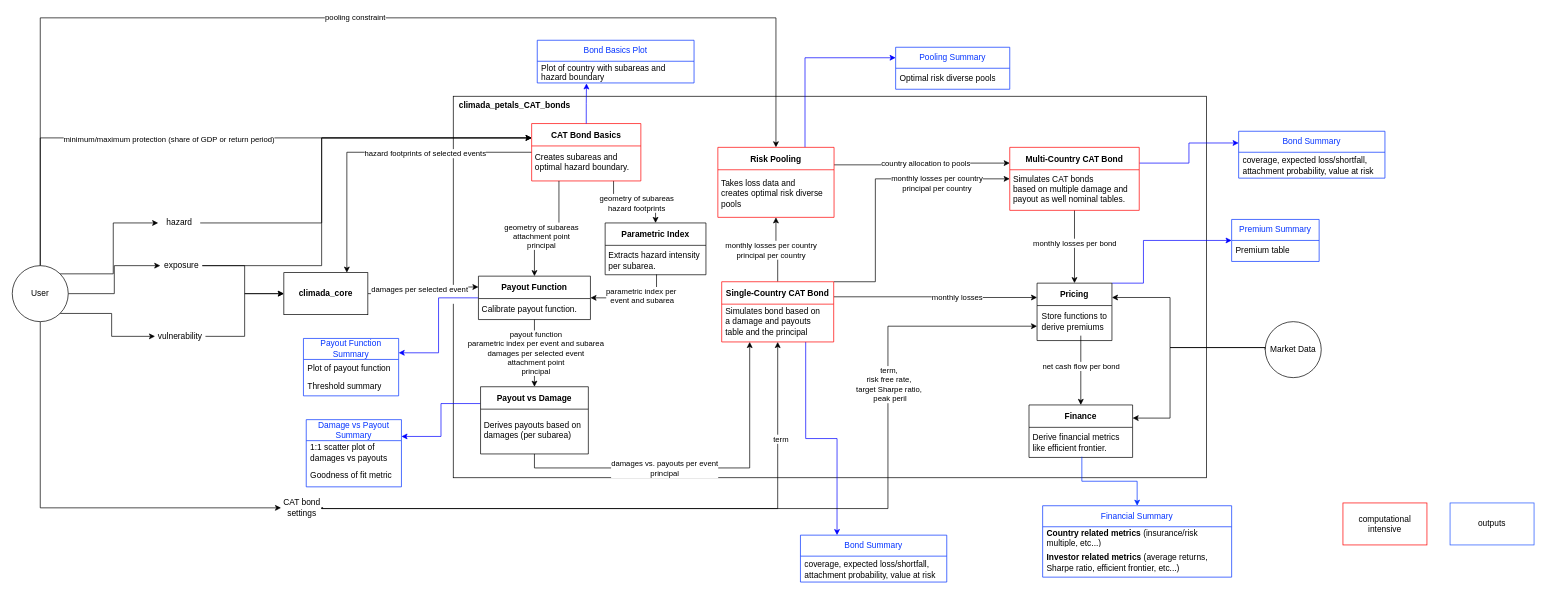
KaiOBerg/master_thesis_cat_bonds keeps this draw.io diagram as data_flow_climada_petals.drawio. Above is the earlier version. Source tidied: cells renumbered, new cells numbered last; positions are measured from the earlier drawing's top-left corner, leaving out a move shared by most shapes. Both pictures are drawn from the tidied source at 70%, with x=0, y=0 at pixel (12, 18).
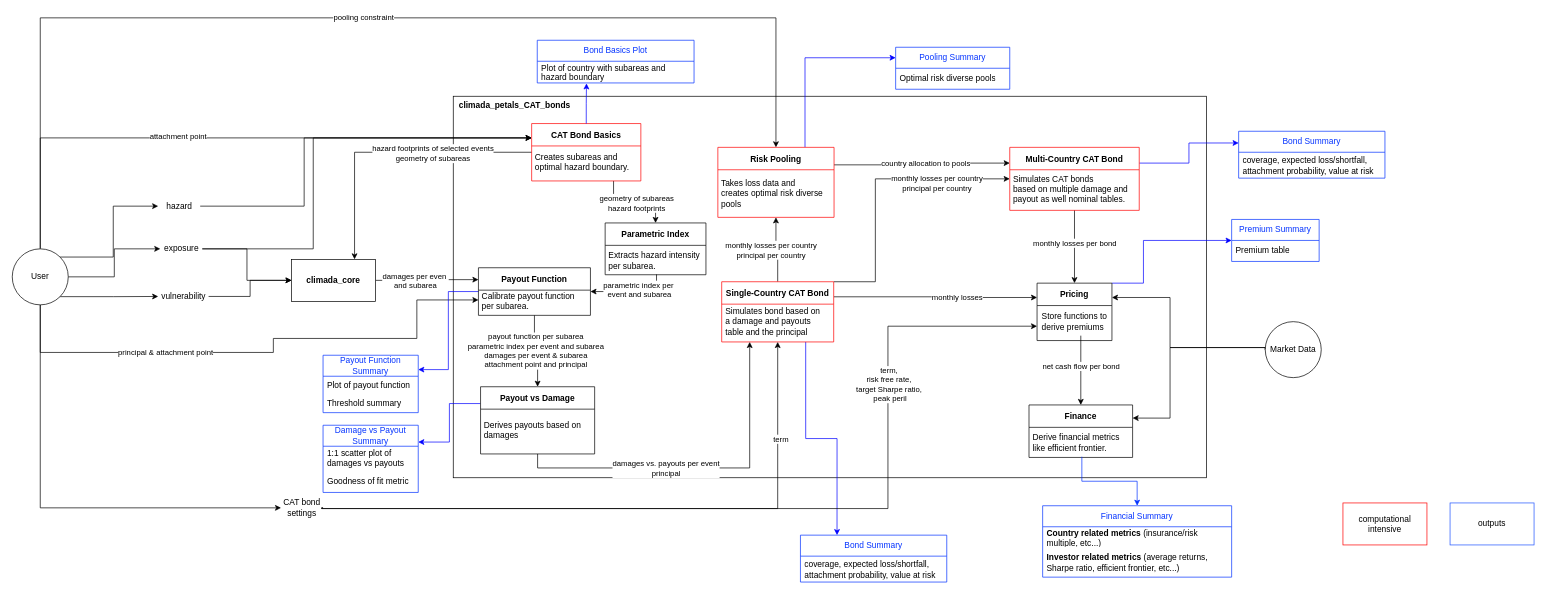
The same page after the edit.

Unchanged cells that the change refers to:
```xml
<mxCell id="7" style="edgeStyle=orthogonalEdgeStyle;rounded=0;jettySize=auto;html=1;exitX=0.5;exitY=0;exitDx=0;exitDy=0;entryX=0;entryY=0.25;entryDx=0;entryDy=0;" parent="1" edge="1" source="11" target="43">
  <mxGeometry relative="1" as="geometry" />
</mxCell>
<mxCell id="26" style="edgeStyle=orthogonalEdgeStyle;rounded=0;jettySize=auto;html=1;entryX=0;entryY=0.25;entryDx=0;entryDy=0;" parent="1" edge="1" source="28" target="76">
  <mxGeometry relative="1" as="geometry" />
</mxCell>
<mxCell id="41" style="edgeStyle=orthogonalEdgeStyle;rounded=0;jettySize=auto;html=1;exitX=0;exitY=0.5;exitDx=0;exitDy=0;entryX=0.75;entryY=0;entryDx=0;entryDy=0;" parent="1" edge="1" source="43" target="28">
  <mxGeometry relative="1" as="geometry" />
</mxCell>
<mxCell id="43" value="CAT Bond Basics" style="swimlane;startSize=32;align=center;strokeColor=#FF0000;" parent="1" vertex="1">
  <mxGeometry x="742" y="151" width="156" height="82" as="geometry" />
</mxCell>
<mxCell id="73" style="edgeStyle=orthogonalEdgeStyle;rounded=0;jettySize=auto;html=1;exitX=0.5;exitY=1;exitDx=0;exitDy=0;entryX=0.5;entryY=0;entryDx=0;entryDy=0;" parent="1" edge="1" source="76" target="37">
  <mxGeometry relative="1" as="geometry" />
</mxCell>
```

Change to the diagram source:
```diff
@@
-    <mxCell id="3" style="edgeStyle=orthogonalEdgeStyle;rounded=0;jettySize=auto;html=1;exitX=1;exitY=1;exitDx=0;exitDy=0;entryX=0;entryY=0.5;entryDx=0;entryDy=0;" parent="1" edge="1" source="11" target="16">
-      <mxGeometry relative="1" as="geometry" />
-    </mxCell>
@@
-    <mxCell id="8" value="minimum/maximum protection (share of GDP or return period)" style="edgeLabel;html=1;align=center;verticalAlign=middle;" parent="7" vertex="1">
+    <mxCell id="8" value="attachment point" style="edgeLabel;html=1;align=center;verticalAlign=middle;" parent="7" vertex="1">
       <mxGeometry x="-0.07" relative="1" as="geometry">
-        <mxPoint x="-45" y="2" as="offset" />
+        <mxPoint x="-45" y="-2" as="offset" />
       </mxGeometry>
     </mxCell>
@@
+    <mxCell id="102" style="edgeStyle=orthogonalEdgeStyle;rounded=0;jettySize=auto;html=1;exitX=0.5;exitY=1;exitDx=0;exitDy=0;" parent="1" edge="1" source="11">
+      <mxGeometry relative="1" as="geometry">
+        <mxPoint x="666" y="403" as="targetPoint" />
+        <Array as="points">
+          <mxPoint x="40" y="478" />
+          <mxPoint x="373" y="478" />
+          <mxPoint x="373" y="458" />
+          <mxPoint x="578" y="458" />
+          <mxPoint x="578" y="403" />
+        </Array>
+      </mxGeometry>
+    </mxCell>
+    <mxCell id="103" value="principal &amp;amp; attachment point" style="edgeLabel;html=1;align=center;verticalAlign=middle;" parent="102" vertex="1">
+      <mxGeometry x="-0.36" y="1" relative="1" as="geometry" />
+    </mxCell>
+    <mxCell id="3" style="edgeStyle=orthogonalEdgeStyle;rounded=0;jettySize=auto;html=1;exitX=1;exitY=1;exitDx=0;exitDy=0;entryX=0;entryY=0.5;entryDx=0;entryDy=0;" parent="1" edge="1" source="11" target="16">
+      <mxGeometry relative="1" as="geometry" />
+    </mxCell>
     <mxCell id="11" value="User" style="ellipse;whiteSpace=wrap;html=1;" parent="1" vertex="1">
-      <mxGeometry y="354" width="80" height="80" as="geometry" />
+      <mxGeometry y="330" width="80" height="80" as="geometry" />
     </mxCell>
+    <mxCell id="13" style="edgeStyle=orthogonalEdgeStyle;rounded=0;jettySize=auto;html=1;exitX=1;exitY=0.5;exitDx=0;exitDy=0;entryX=0;entryY=0.25;entryDx=0;entryDy=0;" parent="1" edge="1" source="14" target="43">
+      <mxGeometry relative="1" as="geometry">
+        <Array as="points">
+          <mxPoint x="430" y="330" />
+          <mxPoint x="430" y="172" />
+        </Array>
+      </mxGeometry>
+    </mxCell>
-    <mxCell id="12" style="edgeStyle=orthogonalEdgeStyle;rounded=0;jettySize=auto;html=1;exitX=1;exitY=0.5;exitDx=0;exitDy=0;entryX=0;entryY=0.5;entryDx=0;entryDy=0;" parent="1" edge="1" source="14" target="28">
-      <mxGeometry relative="1" as="geometry">
-        <Array as="points">
-          <mxPoint x="332" y="354" />
-          <mxPoint x="332" y="394" />
-        </Array>
-      </mxGeometry>
+    <mxCell id="12" style="edgeStyle=orthogonalEdgeStyle;rounded=0;jettySize=auto;html=1;exitX=1;exitY=0.5;exitDx=0;exitDy=0;" parent="1" edge="1" source="14" target="28">
+      <mxGeometry relative="1" as="geometry" />
     </mxCell>
-    <mxCell id="13" style="edgeStyle=orthogonalEdgeStyle;rounded=0;jettySize=auto;html=1;exitX=1;exitY=0.5;exitDx=0;exitDy=0;entryX=0;entryY=0.25;entryDx=0;entryDy=0;" parent="1" edge="1" source="14" target="43">
-      <mxGeometry relative="1" as="geometry">
-        <Array as="points">
-          <mxPoint x="442" y="354" />
-          <mxPoint x="442" y="171" />
-        </Array>
-      </mxGeometry>
-    </mxCell>
     <mxCell id="14" value="exposure" style="text;html=1;align=center;verticalAlign=middle;whiteSpace=wrap;rounded=0;" parent="1" vertex="1">
-      <mxGeometry x="211.5" y="339" width="60" height="30" as="geometry" />
+      <mxGeometry x="211.5" y="315" width="60" height="30" as="geometry" />
     </mxCell>
@@
     <mxCell id="16" value="vulnerability" style="text;html=1;align=center;verticalAlign=middle;whiteSpace=wrap;rounded=0;" parent="1" vertex="1">
-      <mxGeometry x="204" y="440" width="72" height="30" as="geometry" />
+      <mxGeometry x="208.5" y="383" width="72" height="30" as="geometry" />
     </mxCell>
@@
-    <mxCell id="27" value="&lt;div style=&quot;caret-color: rgba(0, 0, 0, 0);&quot;&gt;damages per selected event&lt;/div&gt;&lt;div&gt;&lt;br&gt;&lt;/div&gt;" style="edgeLabel;html=1;align=center;verticalAlign=middle;rotation=0;" parent="26" vertex="1">
+    <mxCell id="27" value="&lt;div style=&quot;caret-color: rgba(0, 0, 0, 0);&quot;&gt;damages per even&amp;nbsp;&lt;/div&gt;&lt;div style=&quot;caret-color: rgba(0, 0, 0, 0);&quot;&gt;and subarea&lt;/div&gt;" style="edgeLabel;html=1;align=center;verticalAlign=middle;rotation=0;" parent="26" vertex="1">
       <mxGeometry x="-0.04" y="-1" relative="1" as="geometry">
-        <mxPoint x="-7" y="1" as="offset" />
+        <mxPoint x="-15" y="-1" as="offset" />
       </mxGeometry>
     </mxCell>
     <mxCell id="28" value="&lt;b&gt;climada_core&lt;/b&gt;" style="rounded=0;whiteSpace=wrap;html=1;" parent="1" vertex="1">
-      <mxGeometry x="388" y="364" width="120" height="60" as="geometry" />
+      <mxGeometry x="399" y="345" width="120" height="60" as="geometry" />
     </mxCell>
@@
     <mxCell id="37" value="Payout vs Damage" style="swimlane;startSize=32;align=center;" parent="1" vertex="1">
-      <mxGeometry x="669" y="527" width="154" height="96" as="geometry" />
+      <mxGeometry x="669" y="527" width="163" height="96" as="geometry" />
     </mxCell>
-    <mxCell id="38" value="Derives payouts based on&amp;nbsp;&lt;div&gt;damages (per subarea)&lt;/div&gt;" style="text;html=1;align=left;verticalAlign=middle;strokeColor=none;fillColor=none;" parent="37" vertex="1">
+    <mxCell id="38" value="Derives payouts based on&amp;nbsp;&lt;div&gt;damages&amp;nbsp;&lt;/div&gt;" style="text;html=1;align=left;verticalAlign=middle;strokeColor=none;fillColor=none;" parent="37" vertex="1">
       <mxGeometry x="3" y="42" width="160" height="40" as="geometry" />
     </mxCell>
@@
-    <mxCell id="42" value="hazard footprints of selected events" style="edgeLabel;html=1;align=center;verticalAlign=middle;" parent="41" vertex="1">
+    <mxCell id="42" value="hazard footprints of selected events&lt;div&gt;geometry of subareas&lt;/div&gt;" style="edgeLabel;html=1;align=center;verticalAlign=middle;" parent="41" vertex="1">
       <mxGeometry x="-0.3" y="1" relative="1" as="geometry" />
     </mxCell>
@@
-    <mxCell id="58" style="edgeStyle=orthogonalEdgeStyle;rounded=0;jettySize=auto;html=1;entryX=0.5;entryY=0;entryDx=0;entryDy=0;exitX=0.25;exitY=1;exitDx=0;exitDy=0;" parent="1" edge="1" source="43" target="76">
-      <mxGeometry relative="1" as="geometry" />
-    </mxCell>
-    <mxCell id="59" value="geometry of subareas&lt;div&gt;&lt;div&gt;&lt;span style=&quot;background-color: light-dark(#ffffff, var(--ge-dark-color, #121212)); color: light-dark(rgb(0, 0, 0), rgb(255, 255, 255));&quot;&gt;attachment point&lt;/span&gt;&lt;/div&gt;&lt;/div&gt;&lt;div&gt;principal&lt;/div&gt;" style="edgeLabel;html=1;align=center;verticalAlign=middle;rotation=0;" parent="58" vertex="1">
-      <mxGeometry x="0.08" y="-1" relative="1" as="geometry">
-        <mxPoint x="-2" y="11" as="offset" />
-      </mxGeometry>
-    </mxCell>
@@
     <mxCell id="64" style="edgeStyle=orthogonalEdgeStyle;rounded=0;jettySize=auto;html=1;exitX=1;exitY=0.5;exitDx=0;exitDy=0;entryX=0;entryY=0.25;entryDx=0;entryDy=0;" parent="1" edge="1" source="65" target="43">
       <mxGeometry relative="1" as="geometry">
         <Array as="points">
-          <mxPoint x="442" y="293" />
-          <mxPoint x="442" y="171" />
+          <mxPoint x="417" y="269" />
+          <mxPoint x="417" y="172" />
         </Array>
       </mxGeometry>
     </mxCell>
     <mxCell id="65" value="hazard" style="text;html=1;align=center;verticalAlign=middle;whiteSpace=wrap;rounded=0;" parent="1" vertex="1">
-      <mxGeometry x="208.5" y="278" width="60" height="30" as="geometry" />
+      <mxGeometry x="208.5" y="254" width="60" height="30" as="geometry" />
     </mxCell>
@@
-    <mxCell id="74" value="payout function&lt;div&gt;parametric index per event and subarea&lt;br&gt;&lt;div&gt;&lt;div&gt;damages per selected event&lt;/div&gt;&lt;/div&gt;&lt;/div&gt;&lt;div&gt;&lt;div&gt;attachment point&lt;/div&gt;&lt;div&gt;principal&lt;/div&gt;&lt;/div&gt;" style="edgeLabel;html=1;align=center;verticalAlign=middle;" parent="73" vertex="1">
+    <mxCell id="74" value="payout function per subarea&lt;div&gt;parametric index per event and subarea&lt;br&gt;&lt;div&gt;&lt;div&gt;damages per event &amp;amp; subarea&lt;/div&gt;&lt;/div&gt;&lt;/div&gt;&lt;div&gt;&lt;div&gt;attachment point and principal&lt;/div&gt;&lt;/div&gt;" style="edgeLabel;html=1;align=center;verticalAlign=middle;" parent="73" vertex="1">
       <mxGeometry x="-0.02" y="1" relative="1" as="geometry" />
     </mxCell>
@@
     <mxCell id="76" value="Payout Function" style="swimlane;startSize=32;align=center;" parent="1" vertex="1">
-      <mxGeometry x="666" y="369" width="160" height="62" as="geometry" />
+      <mxGeometry x="666" y="357" width="160" height="68" as="geometry" />
     </mxCell>
-    <mxCell id="77" value="&lt;div&gt;Calibrate payout function.&lt;/div&gt;" style="text;html=1;align=left;verticalAlign=middle;strokeColor=none;fillColor=none;" parent="76" vertex="1">
-      <mxGeometry x="3" y="35" width="154" height="26" as="geometry" />
+    <mxCell id="77" value="&lt;div&gt;Calibrate payout function&amp;nbsp;&lt;/div&gt;&lt;div&gt;per subarea.&lt;/div&gt;" style="text;html=1;align=left;verticalAlign=middle;strokeColor=none;fillColor=none;" parent="76" vertex="1">
+      <mxGeometry x="3" y="28" width="154" height="40" as="geometry" />
     </mxCell>
@@
     <mxCell id="89" value="Payout Function Summary" style="swimlane;fontStyle=0;horizontal=1;startSize=30;whiteSpace=wrap;html=1;fontColor=light-dark(#0433ff, #ededed);strokeColor=light-dark(#0433ff, #ededed);" parent="1" vertex="1">
-      <mxGeometry x="416" y="458" width="136" height="82" as="geometry" />
+      <mxGeometry x="444" y="482" width="136" height="82" as="geometry" />
     </mxCell>
@@
     <mxCell id="92" value="Damage vs Payout Summary" style="swimlane;fontStyle=0;horizontal=1;startSize=30;whiteSpace=wrap;html=1;fontColor=light-dark(#0433ff, #ededed);strokeColor=light-dark(#0433ff, #ededed);" parent="1" vertex="1">
-      <mxGeometry x="420" y="574" width="136" height="96" as="geometry" />
+      <mxGeometry x="444" y="582" width="136" height="96" as="geometry" />
     </mxCell>
```
